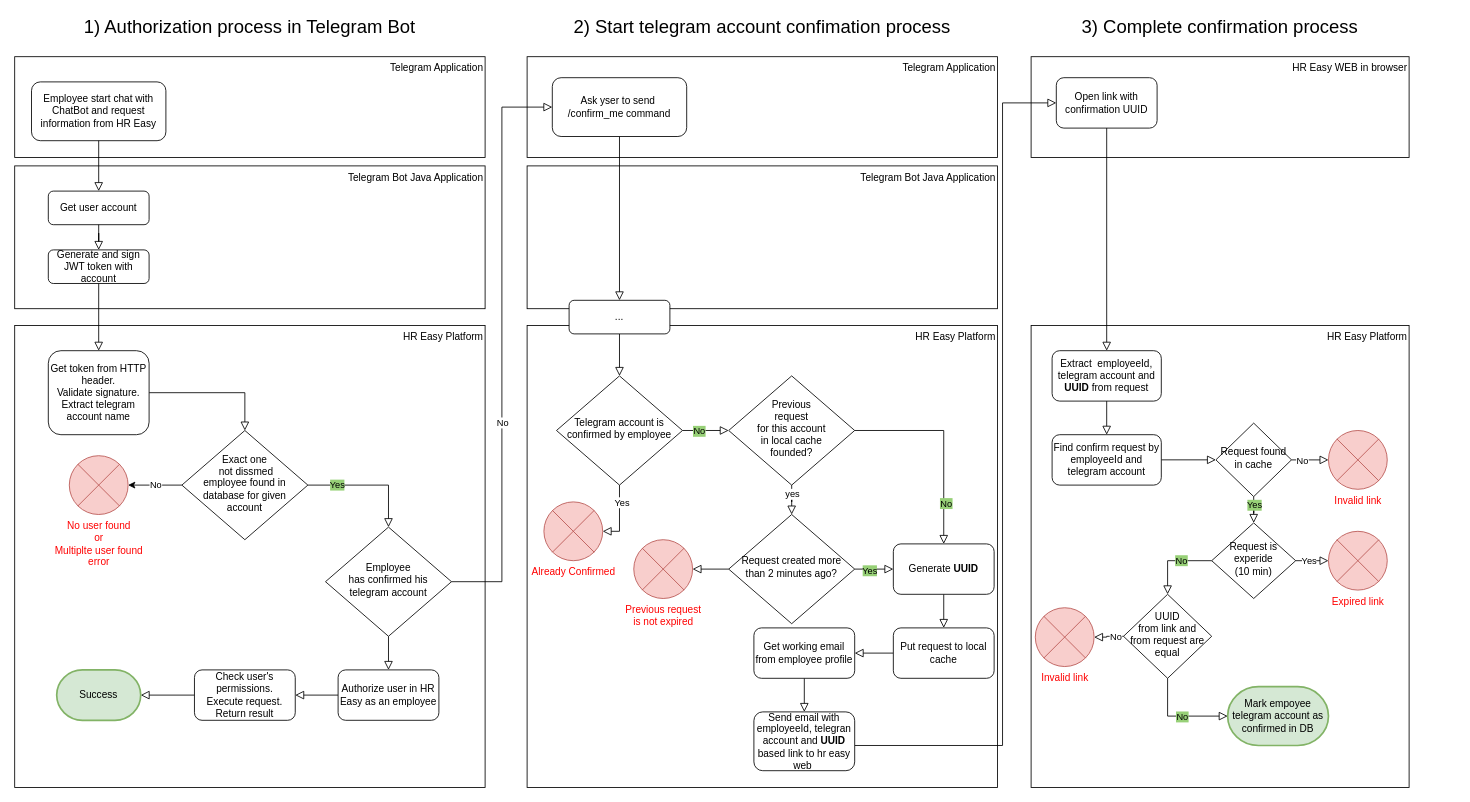
Earlier version of the draw.io diagram .docs/Telegram_auth_and_confirm.drawio (abondin/hreasy). Source tidied: cells renumbered, new cells numbered last; positions are measured from the earlier drawing's top-left corner, leaving out a move shared by most shapes. Both pictures are drawn from the tidied source at 84%, with x=0, y=0 at pixel (14, 14).
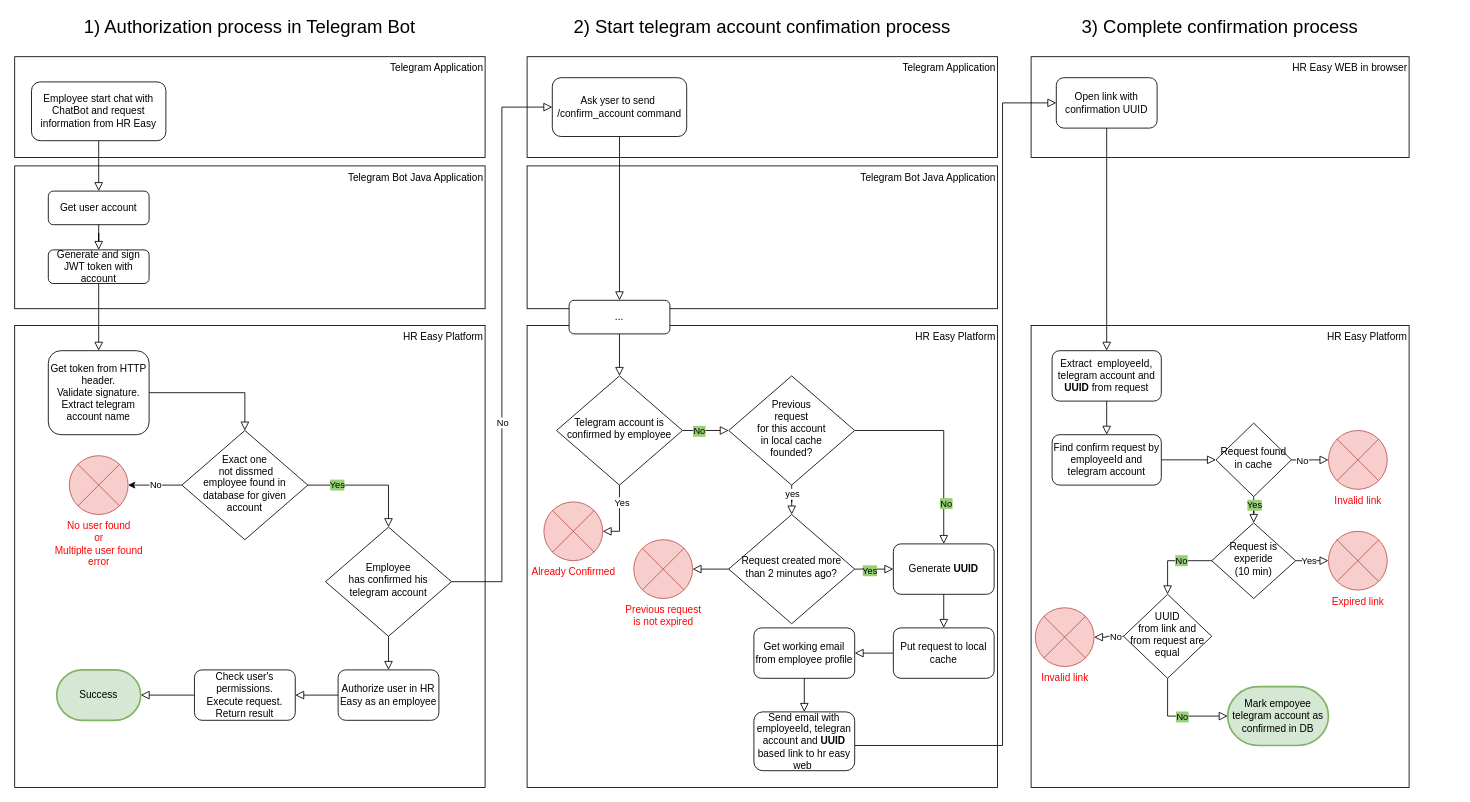
The same diagram, later.

Diff of the diagram source:
```diff
@@
-    <mxCell id="36" value="Ask yser to send&amp;nbsp;&lt;br&gt;/confirm_me command" style="rounded=1;whiteSpace=wrap;html=1;fontSize=12;glass=0;strokeWidth=1;shadow=0;" parent="1" vertex="1">
+    <mxCell id="36" value="Ask yser to send&amp;nbsp;&lt;br&gt;/confirm_account command" style="rounded=1;whiteSpace=wrap;html=1;fontSize=12;glass=0;strokeWidth=1;shadow=0;" parent="1" vertex="1">
       <mxGeometry x="640" y="75" width="160" height="70" as="geometry" />
     </mxCell>
```
